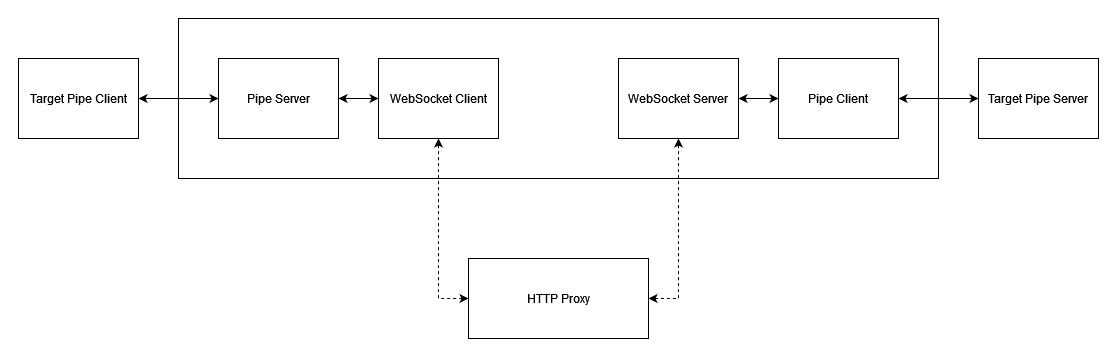
Earlier version of the draw.io export images/pipe-intercept.png (gabriel-sztejnworcel/pipe-intercept). Source tidied: cells renumbered, new cells last; positions are measured from the earlier drawing's top-left corner, leaving out a move shared by most shapes.
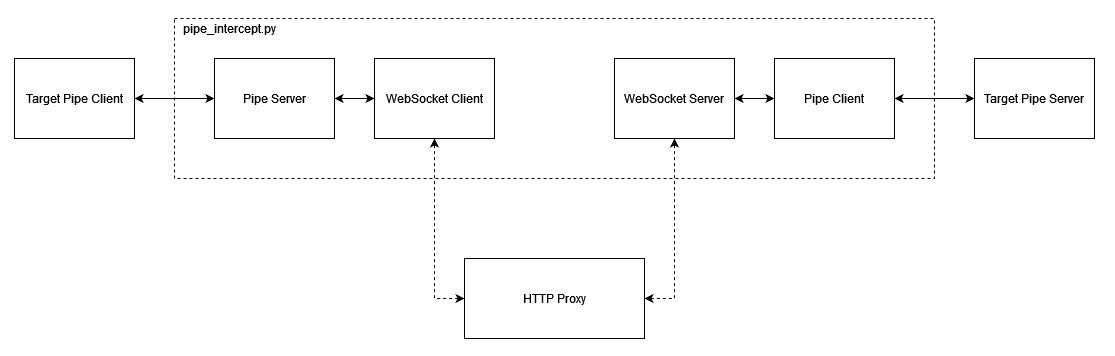
Later version of the same file.

Change to the diagram source:
```diff
@@ -2,55 +2,58 @@
   <root>
     <mxCell id="0" />
     <mxCell id="1" parent="0" />
-    <mxCell id="2" style="rounded=0;whiteSpace=wrap;html=1;" parent="1" vertex="1">
+    <mxCell id="2" style="rounded=0;whiteSpace=wrap;html=1;dashed=1;fontSize=12;fontStyle=0;" parent="1" vertex="1">
       <mxGeometry x="160" width="760" height="160" as="geometry" />
     </mxCell>
-    <mxCell id="3" value="Target Pipe Client" style="rounded=0;whiteSpace=wrap;html=1;" parent="1" vertex="1">
+    <mxCell id="3" value="Target Pipe Client" style="rounded=0;whiteSpace=wrap;html=1;fontSize=12;fontStyle=0;" parent="1" vertex="1">
       <mxGeometry y="40" width="120" height="80" as="geometry" />
     </mxCell>
-    <mxCell id="4" value="Pipe Server" style="rounded=0;whiteSpace=wrap;html=1;" parent="1" vertex="1">
+    <mxCell id="4" value="Pipe Server" style="rounded=0;whiteSpace=wrap;html=1;fontSize=12;fontStyle=0;" parent="1" vertex="1">
       <mxGeometry x="200" y="40" width="120" height="80" as="geometry" />
     </mxCell>
-    <mxCell id="5" value="WebSocket Client" style="rounded=0;whiteSpace=wrap;html=1;" parent="1" vertex="1">
+    <mxCell id="5" value="WebSocket Client" style="rounded=0;whiteSpace=wrap;html=1;fontSize=12;fontStyle=0;" parent="1" vertex="1">
       <mxGeometry x="360" y="40" width="120" height="80" as="geometry" />
     </mxCell>
-    <mxCell id="6" value="WebSocket Server" style="rounded=0;whiteSpace=wrap;html=1;" parent="1" vertex="1">
+    <mxCell id="6" value="WebSocket Server" style="rounded=0;whiteSpace=wrap;html=1;fontSize=12;fontStyle=0;" parent="1" vertex="1">
       <mxGeometry x="600" y="40" width="120" height="80" as="geometry" />
     </mxCell>
-    <mxCell id="7" value="Pipe Client" style="rounded=0;whiteSpace=wrap;html=1;" parent="1" vertex="1">
+    <mxCell id="7" value="Pipe Client" style="rounded=0;whiteSpace=wrap;html=1;fontSize=12;fontStyle=0;" parent="1" vertex="1">
       <mxGeometry x="760" y="40" width="120" height="80" as="geometry" />
     </mxCell>
-    <mxCell id="8" value="&lt;div&gt;Target Pipe Server&lt;/div&gt;" style="rounded=0;whiteSpace=wrap;html=1;" parent="1" vertex="1">
+    <mxCell id="8" value="&lt;div style=&quot;font-size: 12px;&quot;&gt;Target Pipe Server&lt;/div&gt;" style="rounded=0;whiteSpace=wrap;html=1;fontSize=12;fontStyle=0;" parent="1" vertex="1">
       <mxGeometry x="960" y="40" width="120" height="80" as="geometry" />
     </mxCell>
-    <mxCell id="9" style="endArrow=classic;startArrow=classic;html=1;rounded=0;exitX=1;exitY=0.5;exitDx=0;exitDy=0;" parent="1" edge="1" source="3" target="4">
+    <mxCell id="9" style="endArrow=classic;startArrow=classic;html=1;rounded=0;exitX=1;exitY=0.5;exitDx=0;exitDy=0;fontSize=12;fontStyle=0;" parent="1" edge="1" source="3" target="4">
       <mxGeometry relative="1" as="geometry" />
     </mxCell>
-    <mxCell id="10" style="endArrow=classic;startArrow=classic;html=1;rounded=0;entryX=0;entryY=0.5;entryDx=0;entryDy=0;exitX=1;exitY=0.5;exitDx=0;exitDy=0;" parent="1" edge="1" source="7" target="8">
+    <mxCell id="10" style="endArrow=classic;startArrow=classic;html=1;rounded=0;entryX=0;entryY=0.5;entryDx=0;entryDy=0;exitX=1;exitY=0.5;exitDx=0;exitDy=0;fontSize=12;fontStyle=0;" parent="1" edge="1" source="7" target="8">
       <mxGeometry relative="1" as="geometry" />
     </mxCell>
-    <mxCell id="11" style="endArrow=classic;startArrow=classic;html=1;rounded=0;exitX=1;exitY=0.5;exitDx=0;exitDy=0;" parent="1" edge="1" source="4" target="5">
+    <mxCell id="11" style="endArrow=classic;startArrow=classic;html=1;rounded=0;exitX=1;exitY=0.5;exitDx=0;exitDy=0;fontSize=12;fontStyle=0;" parent="1" edge="1" source="4" target="5">
       <mxGeometry relative="1" as="geometry" />
     </mxCell>
-    <mxCell id="12" style="endArrow=classic;startArrow=classic;html=1;rounded=0;entryX=0;entryY=0.5;entryDx=0;entryDy=0;exitX=1;exitY=0.5;exitDx=0;exitDy=0;" parent="1" edge="1" source="6" target="7">
+    <mxCell id="12" style="endArrow=classic;startArrow=classic;html=1;rounded=0;entryX=0;entryY=0.5;entryDx=0;entryDy=0;exitX=1;exitY=0.5;exitDx=0;exitDy=0;fontSize=12;fontStyle=0;" parent="1" edge="1" source="6" target="7">
       <mxGeometry relative="1" as="geometry" />
     </mxCell>
-    <mxCell id="13" value="HTTP Proxy" style="rounded=0;whiteSpace=wrap;html=1;" parent="1" vertex="1">
+    <mxCell id="13" value="HTTP Proxy" style="rounded=0;whiteSpace=wrap;html=1;fontSize=12;fontStyle=0;" parent="1" vertex="1">
       <mxGeometry x="450" y="240" width="180" height="80" as="geometry" />
     </mxCell>
-    <mxCell id="14" style="endArrow=classic;startArrow=classic;html=1;rounded=0;entryX=0.5;entryY=1;entryDx=0;entryDy=0;exitX=0;exitY=0.5;exitDx=0;exitDy=0;dashed=1;" parent="1" edge="1" source="13" target="5">
+    <mxCell id="14" style="endArrow=classic;startArrow=classic;html=1;rounded=0;entryX=0.5;entryY=1;entryDx=0;entryDy=0;exitX=0;exitY=0.5;exitDx=0;exitDy=0;dashed=1;fontSize=12;fontStyle=0;" parent="1" edge="1" source="13" target="5">
       <mxGeometry relative="1" as="geometry">
         <Array as="points">
           <mxPoint x="420" y="280" />
         </Array>
       </mxGeometry>
     </mxCell>
-    <mxCell id="15" style="endArrow=classic;startArrow=classic;html=1;rounded=0;entryX=0.5;entryY=1;entryDx=0;entryDy=0;exitX=1;exitY=0.5;exitDx=0;exitDy=0;dashed=1;" parent="1" edge="1" source="13" target="6">
+    <mxCell id="15" style="endArrow=classic;startArrow=classic;html=1;rounded=0;entryX=0.5;entryY=1;entryDx=0;entryDy=0;exitX=1;exitY=0.5;exitDx=0;exitDy=0;dashed=1;fontSize=12;fontStyle=0;" parent="1" edge="1" source="13" target="6">
       <mxGeometry relative="1" as="geometry">
         <Array as="points">
           <mxPoint x="660" y="280" />
         </Array>
       </mxGeometry>
     </mxCell>
+    <mxCell id="16" value="pipe_intercept.py" style="text;html=1;align=center;verticalAlign=middle;strokeColor=none;fillColor=none;fontSize=12;fontStyle=0;" parent="1" vertex="1">
+      <mxGeometry x="160" width="110" height="20" as="geometry" />
+    </mxCell>
   </root>
 </mxGraphModel>
```
